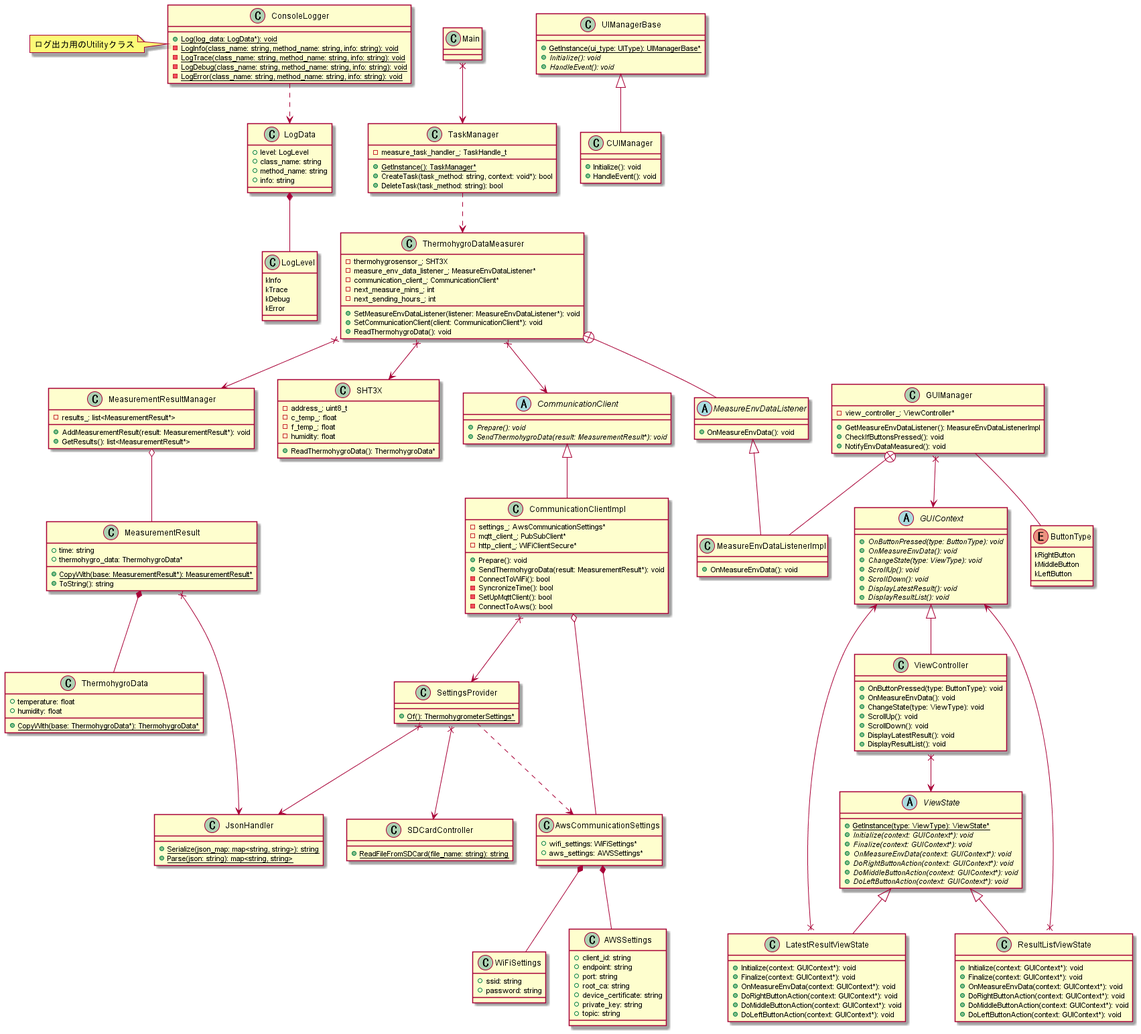
Above: DesignDocs/M5StackThermohygrometer/images/class_diagram.png in chukeblo/thermohygrometer (PlantUML), before the change.
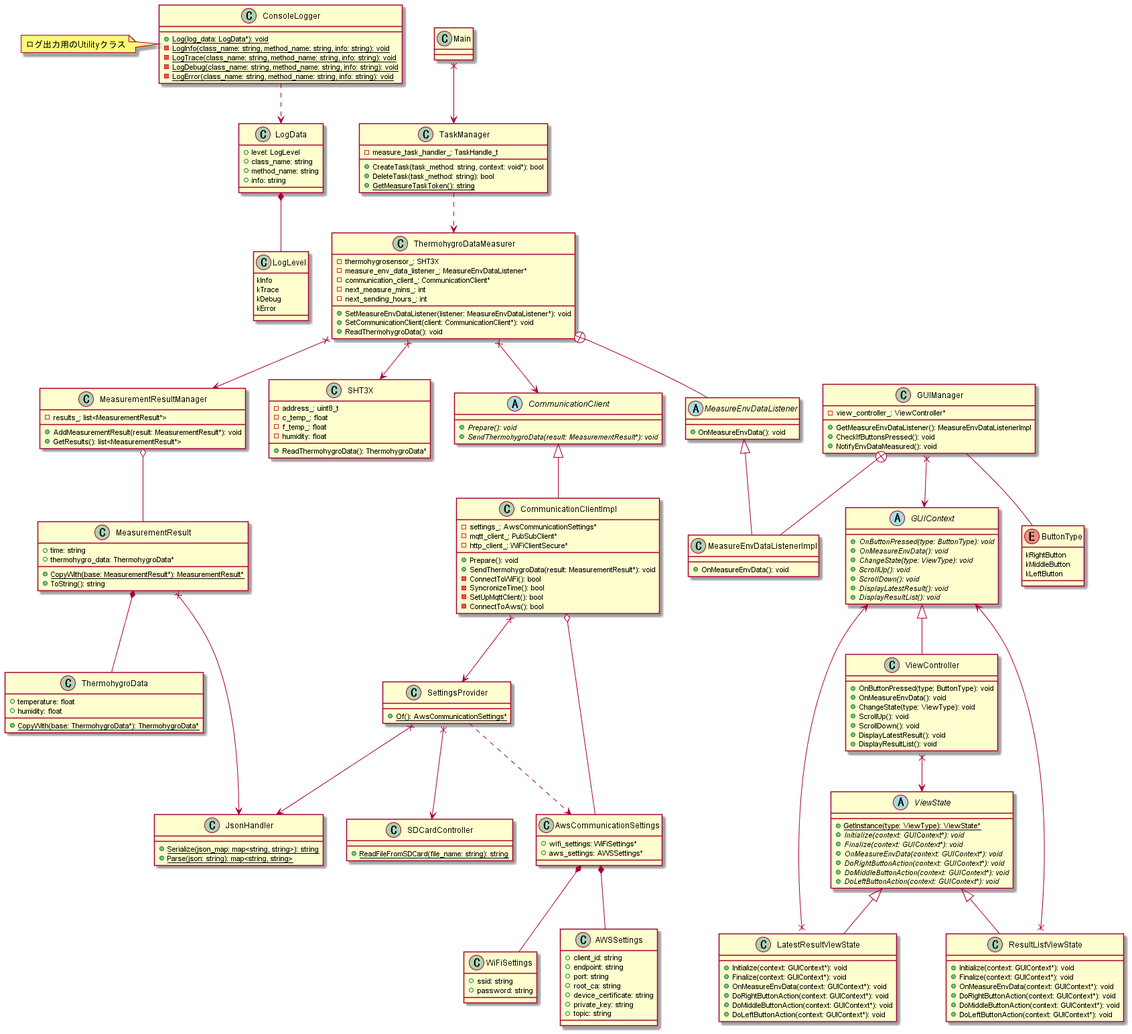
Later version of the same file.

Commit message:
update image file of class diagram

Change to the diagram source:
```diff
@@ -25,7 +25,7 @@
 CommunicationClientImpl x--> SettingsProvider
 
 class SettingsProvider {
-    + {static} Of(): ThermohygrometerSettings*
+    + {static} Of(): AwsCommunicationSettings*
 }
 
 SettingsProvider ..> AwsCommunicationSettings
@@ -91,19 +91,6 @@
     kTrace
     kDebug
     kError
-}
-
-class UIManagerBase {
-    + {static} GetInstance(ui_type: UIType): UIManagerBase*
-    + {abstract} Initialize(): void
-    + {abstract} HandleEvent(): void
-}
-
-UIManagerBase <|-- CUIManager
-
-class CUIManager {
-    + Initialize(): void
-    + HandleEvent(): void
 }
 
 class GUIManager {
@@ -191,9 +178,9 @@
 class TaskManager {
     - measure_task_handler_: TaskHandle_t
 
-    + {static} GetInstance(): TaskManager*
     + CreateTask(task_method: string, context: void*): bool
     + DeleteTask(task_method: string): bool
+    + {static} GetMeasureTaskToken(): string
 }
 
 TaskManager ..> ThermohygroDataMeasurer
```
